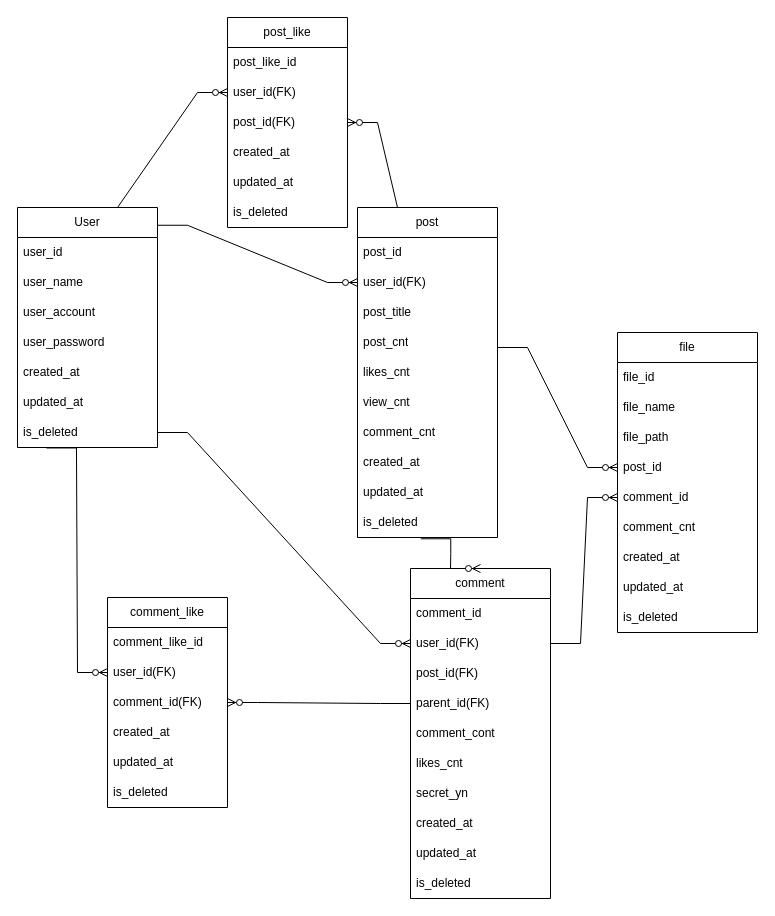
This is chapter3.drawio from SongYoungMin-304/InflearnDraw.io, a draw.io file, before an edit. Source tidied: cells renumbered, new cells numbered last; positions are measured from the earlier drawing's top-left corner, leaving out a move shared by most shapes. Both pictures are drawn from the tidied source at 100%, with x=0, y=0 at pixel (17, 17).
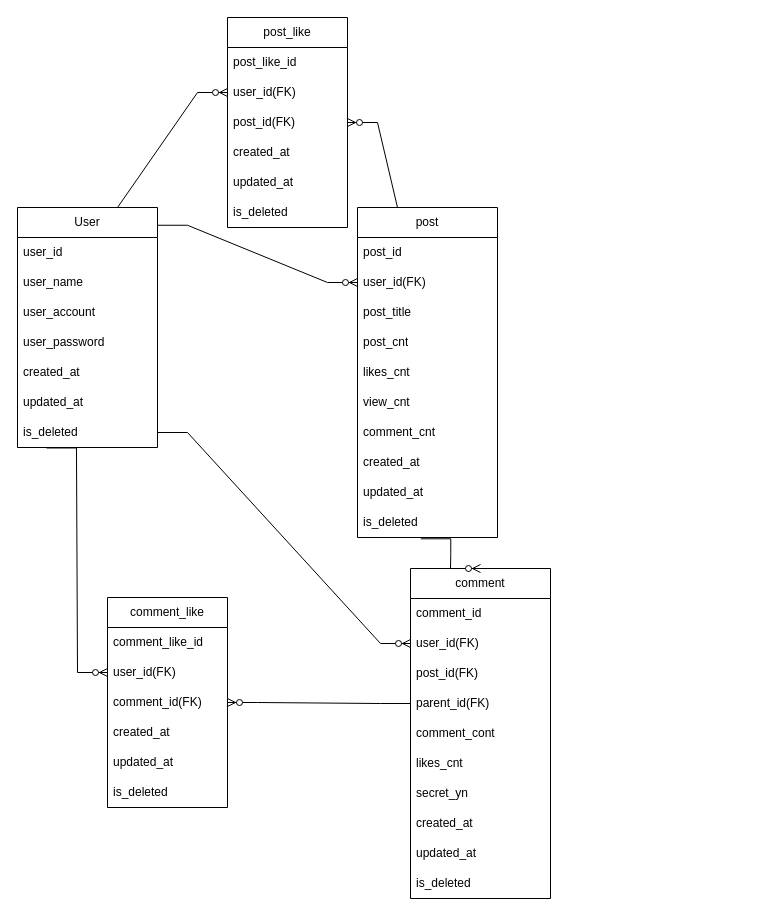
Above is the later version.

The change refers to these unchanged cells:
```xml
<mxCell id="23" value="user_id(FK)" style="text;strokeColor=none;fillColor=none;align=left;verticalAlign=middle;spacingLeft=4;spacingRight=4;overflow=hidden;points=[[0,0.5],[1,0.5]];portConstraint=eastwest;whiteSpace=wrap;html=1;" parent="21" vertex="1">
  <mxGeometry y="60" width="140" height="30" as="geometry" />
</mxCell>
```

Diff of the diagram source:
```diff
@@
-    <mxCell id="32" value="file" style="swimlane;fontStyle=0;horizontal=1;startSize=30;whiteSpace=wrap;html=1;" parent="1" vertex="1">
-      <mxGeometry x="600" y="315" width="140" height="300" as="geometry" />
-    </mxCell>
-    <mxCell id="33" value="file_id" style="text;strokeColor=none;fillColor=none;align=left;verticalAlign=middle;spacingLeft=4;spacingRight=4;overflow=hidden;whiteSpace=wrap;html=1;" parent="32" vertex="1">
-      <mxGeometry y="30" width="140" height="30" as="geometry" />
-    </mxCell>
-    <mxCell id="34" value="file_name" style="text;strokeColor=none;fillColor=none;align=left;verticalAlign=middle;spacingLeft=4;spacingRight=4;overflow=hidden;whiteSpace=wrap;html=1;" parent="32" vertex="1">
-      <mxGeometry y="60" width="140" height="30" as="geometry" />
-    </mxCell>
-    <mxCell id="35" value="file_path" style="text;strokeColor=none;fillColor=none;align=left;verticalAlign=middle;spacingLeft=4;spacingRight=4;overflow=hidden;whiteSpace=wrap;html=1;" parent="32" vertex="1">
-      <mxGeometry y="90" width="140" height="30" as="geometry" />
-    </mxCell>
-    <mxCell id="36" value="post_id" style="text;strokeColor=none;fillColor=none;align=left;verticalAlign=middle;spacingLeft=4;spacingRight=4;overflow=hidden;points=[[0,0.5],[1,0.5]];portConstraint=eastwest;whiteSpace=wrap;html=1;" parent="32" vertex="1">
-      <mxGeometry y="120" width="140" height="30" as="geometry" />
-    </mxCell>
-    <mxCell id="37" value="comment_id" style="text;strokeColor=none;fillColor=none;align=left;verticalAlign=middle;spacingLeft=4;spacingRight=4;overflow=hidden;points=[[0,0.5],[1,0.5]];portConstraint=eastwest;whiteSpace=wrap;html=1;" parent="32" vertex="1">
-      <mxGeometry y="150" width="140" height="30" as="geometry" />
-    </mxCell>
-    <mxCell id="38" value="comment_cnt" style="text;strokeColor=none;fillColor=none;align=left;verticalAlign=middle;spacingLeft=4;spacingRight=4;overflow=hidden;whiteSpace=wrap;html=1;" parent="32" vertex="1">
-      <mxGeometry y="180" width="140" height="30" as="geometry" />
-    </mxCell>
-    <mxCell id="39" value="created_at" style="text;strokeColor=none;fillColor=none;align=left;verticalAlign=middle;spacingLeft=4;spacingRight=4;overflow=hidden;whiteSpace=wrap;html=1;" parent="32" vertex="1">
-      <mxGeometry y="210" width="140" height="30" as="geometry" />
-    </mxCell>
-    <mxCell id="40" value="updated_at" style="text;strokeColor=none;fillColor=none;align=left;verticalAlign=middle;spacingLeft=4;spacingRight=4;overflow=hidden;whiteSpace=wrap;html=1;" parent="32" vertex="1">
-      <mxGeometry y="240" width="140" height="30" as="geometry" />
-    </mxCell>
-    <mxCell id="41" value="is_deleted" style="text;strokeColor=none;fillColor=none;align=left;verticalAlign=middle;spacingLeft=4;spacingRight=4;overflow=hidden;whiteSpace=wrap;html=1;" parent="32" vertex="1">
-      <mxGeometry y="270" width="140" height="30" as="geometry" />
-    </mxCell>
@@
-    <mxCell id="44" style="edgeStyle=entityRelationEdgeStyle;fontSize=12;html=1;endArrow=ERzeroToMany;endFill=1;rounded=0;exitX=1;exitY=0.074;exitDx=0;exitDy=0;exitPerimeter=0;entryX=0;entryY=0.5;entryDx=0;entryDy=0;" parent="1" edge="1" target="36">
-      <mxGeometry relative="1" as="geometry">
-        <mxPoint x="480" y="330" as="sourcePoint" />
-      </mxGeometry>
-    </mxCell>
-    <mxCell id="45" style="edgeStyle=entityRelationEdgeStyle;fontSize=12;html=1;endArrow=ERzeroToMany;endFill=1;rounded=0;exitX=1;exitY=0.5;exitDx=0;exitDy=0;entryX=0;entryY=0.5;entryDx=0;entryDy=0;" parent="1" edge="1" source="23" target="37">
-      <mxGeometry relative="1" as="geometry" />
-    </mxCell>
```
